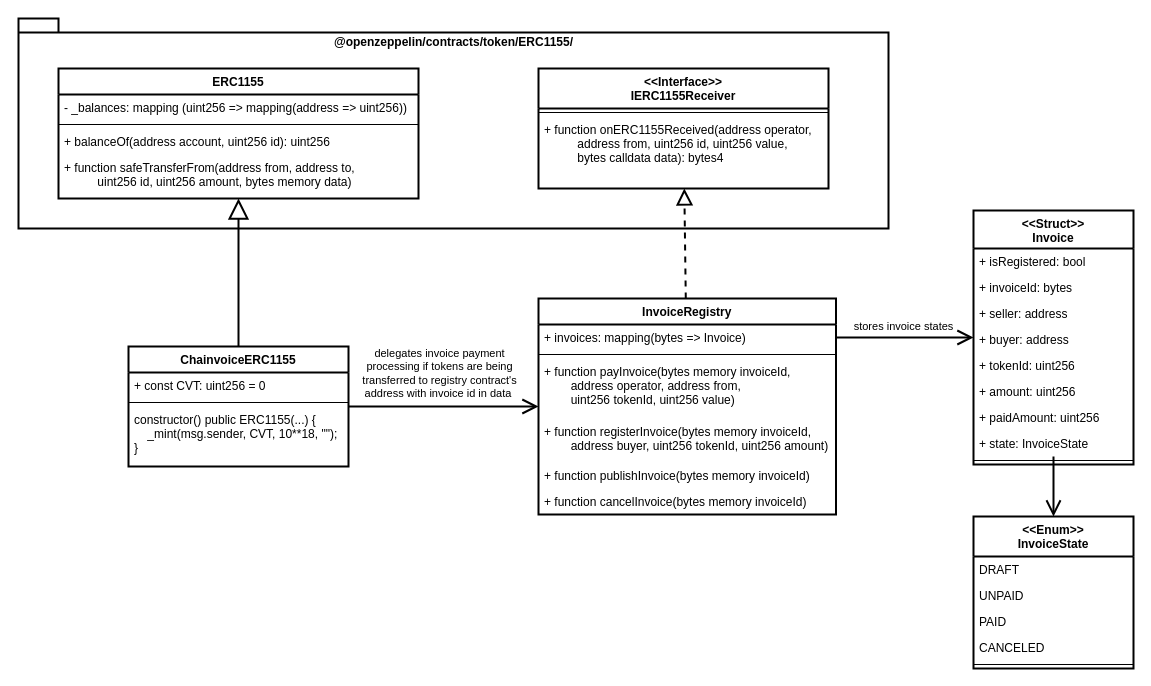
The draw.io diagram page "Smart Contracts" (7 of 9) of docs/Chainvoice Diagrams.drawio in ashapochka/chainvoice, before the edit. Source tidied: cells renumbered, new cells numbered last; positions are measured from the earlier drawing's top-left corner, leaving out a move shared by most shapes. Both pictures are drawn from the tidied source at 100%, with x=0, y=0 at pixel (18, 18).
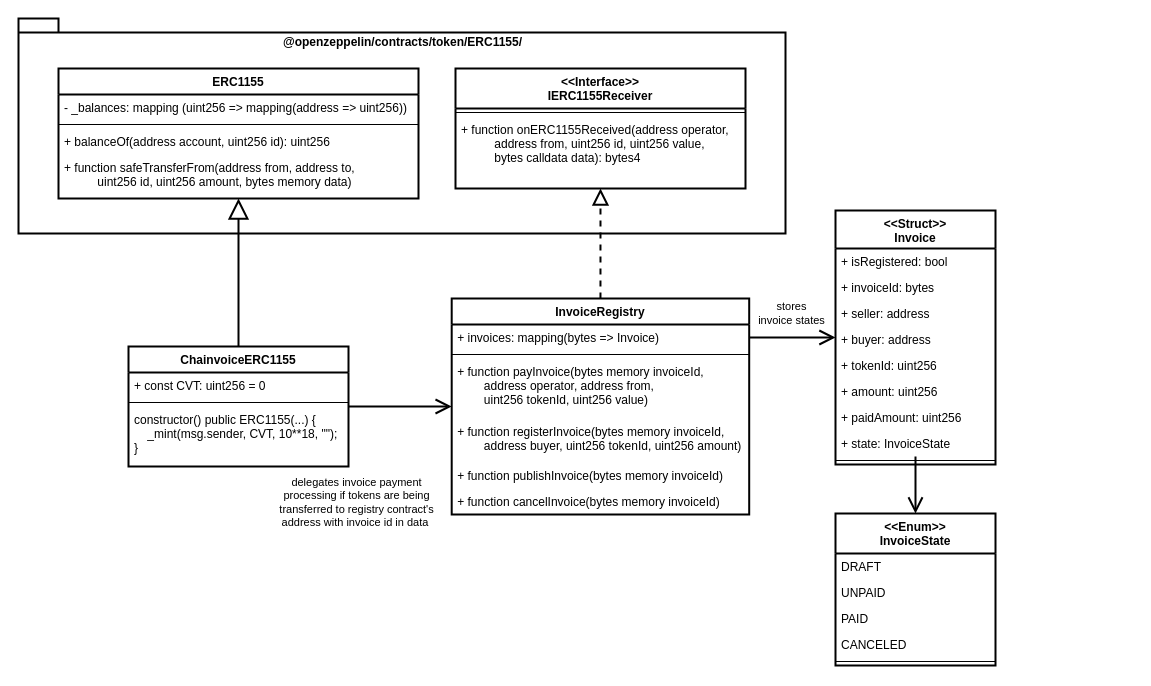
Above is the later version.

The change refers to these unchanged cells:
```xml
<mxCell id="5" style="endArrow=open;endFill=1;endSize=12;html=1;strokeColor=#000000;strokeWidth=2;" parent="1" edge="1" source="24" target="17">
  <mxGeometry relative="1" as="geometry" />
</mxCell>
<mxCell id="18" value="+ invoices: mapping(bytes =&gt; Invoice)" style="text;strokeColor=none;fillColor=none;align=left;verticalAlign=top;spacingLeft=4;spacingRight=4;overflow=hidden;points=[[0,0.5],[1,0.5]];portConstraint=eastwest;" parent="17" vertex="1">
  <mxGeometry y="26" width="297.5" height="26" as="geometry" />
</mxCell>
```

Change to the diagram source:
```diff
@@
     <mxCell id="2" value="@openzeppelin/contracts/token/ERC1155/" style="shape=folder;fontStyle=1;spacingTop=10;tabWidth=40;tabHeight=14;tabPosition=left;html=1;strokeColor=#000000;strokeWidth=2;verticalAlign=top;" parent="1" vertex="1">
-      <mxGeometry width="870" height="210" as="geometry" />
+      <mxGeometry width="767" height="215" as="geometry" />
     </mxCell>
@@
-    <mxCell id="6" value="delegates invoice payment &lt;br&gt;processing if tokens are being&lt;br&gt;transferred&amp;nbsp;to registry contract's &lt;br&gt;address with invoice id in data&amp;nbsp;" style="edgeLabel;html=1;align=center;verticalAlign=middle;" parent="5" vertex="1">
+    <mxCell id="6" value="delegates invoice payment &lt;br&gt;processing if tokens are being&lt;br&gt;transferred&amp;nbsp;to registry contract's &lt;br&gt;address with invoice id in data&amp;nbsp;" style="edgeLabel;html=1;align=center;verticalAlign=middle;labelBackgroundColor=none;" parent="5" vertex="1">
       <mxGeometry x="-0.2" y="-1" relative="1" as="geometry">
-        <mxPoint x="14" y="-35" as="offset" />
+        <mxPoint x="-34" y="94" as="offset" />
       </mxGeometry>
     </mxCell>
-    <mxCell id="7" value="stores invoice states" style="endArrow=open;endFill=1;endSize=12;html=1;strokeColor=#000000;strokeWidth=2;exitX=1;exitY=0.5;exitDx=0;exitDy=0;" parent="1" edge="1" source="18" target="28">
-      <mxGeometry x="-0.02" y="11" relative="1" as="geometry" />
+    <mxCell id="7" value="stores &lt;br&gt;invoice states" style="endArrow=open;endFill=1;endSize=12;html=1;strokeColor=#000000;strokeWidth=2;exitX=1;exitY=0.5;exitDx=0;exitDy=0;labelBackgroundColor=none;" parent="1" edge="1" source="18" target="28">
+      <mxGeometry x="-0.03" y="24" relative="1" as="geometry" />
     </mxCell>
@@
     <mxCell id="14" value="&lt;&lt;Interface&gt;&gt;&#10;IERC1155Receiver" style="swimlane;fontStyle=1;align=center;verticalAlign=top;horizontal=1;startSize=40;strokeColor=#000000;strokeWidth=2;" parent="1" vertex="1">
-      <mxGeometry x="520" y="50" width="290" height="120" as="geometry" />
+      <mxGeometry x="437" y="50" width="290" height="120" as="geometry" />
     </mxCell>
@@
     <mxCell id="17" value="InvoiceRegistry" style="swimlane;fontStyle=1;align=center;verticalAlign=top;horizontal=1;startSize=26;strokeColor=#000000;strokeWidth=2;" parent="1" vertex="1">
-      <mxGeometry x="520" y="280" width="297.5" height="216" as="geometry" />
+      <mxGeometry x="433.2" y="280" width="297.5" height="216" as="geometry" />
     </mxCell>
@@
     <mxCell id="28" value="&lt;&lt;Struct&gt;&gt;&#10;Invoice" style="swimlane;fontStyle=1;align=center;verticalAlign=top;horizontal=1;startSize=38;strokeColor=#000000;strokeWidth=2;" parent="1" vertex="1">
-      <mxGeometry x="955" y="192" width="160" height="254" as="geometry" />
+      <mxGeometry x="817" y="192" width="160" height="254" as="geometry" />
     </mxCell>
@@
     <mxCell id="38" value="&lt;&lt;Enum&gt;&gt;&#10;InvoiceState" style="swimlane;fontStyle=1;align=center;verticalAlign=top;horizontal=1;startSize=40;strokeColor=#000000;strokeWidth=2;" parent="1" vertex="1">
-      <mxGeometry x="955" y="498" width="160" height="152" as="geometry" />
+      <mxGeometry x="817" y="495" width="160" height="152" as="geometry" />
     </mxCell>
```
